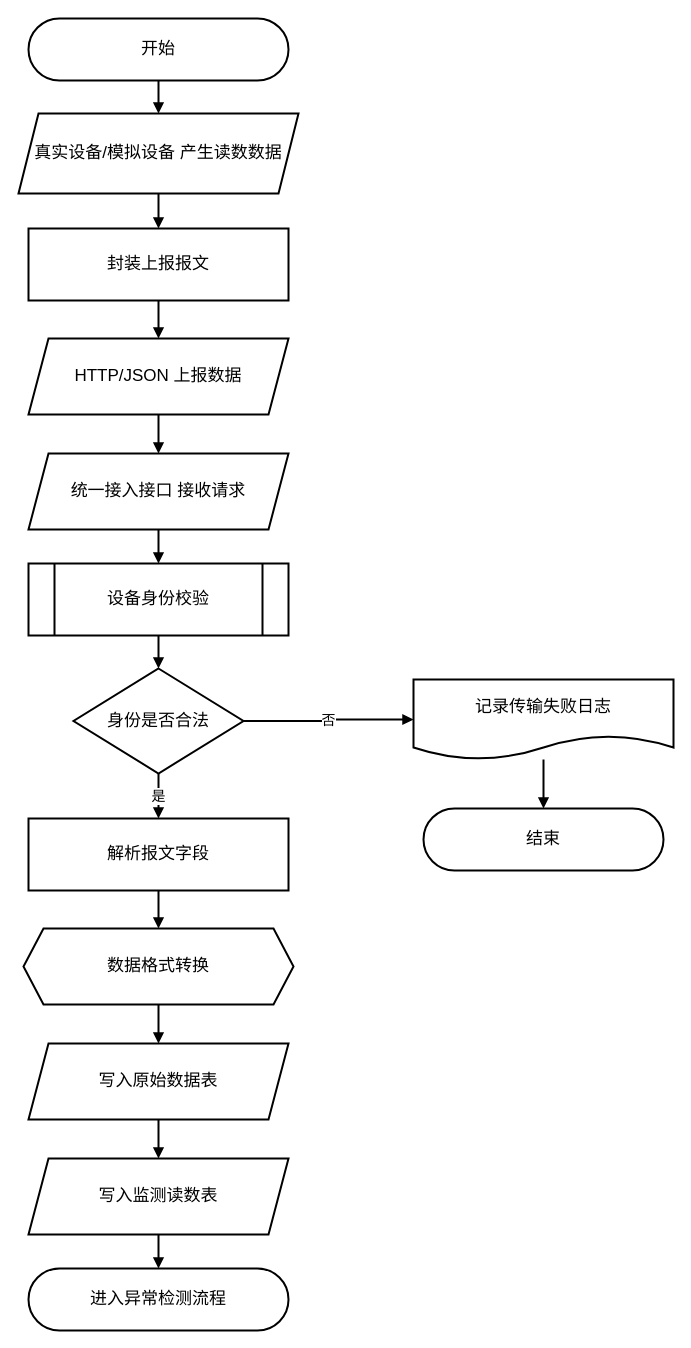
Above: pictures_drawio/数据传输层流程图.drawio in solisW/my_thesis_system (draw.io), before the change. Source tidied: cells renumbered, new cells numbered last; positions are measured from the earlier drawing's top-left corner, leaving out a move shared by most shapes. Both pictures are drawn from the tidied source at 100%, with x=0, y=0 at pixel (18, 18).
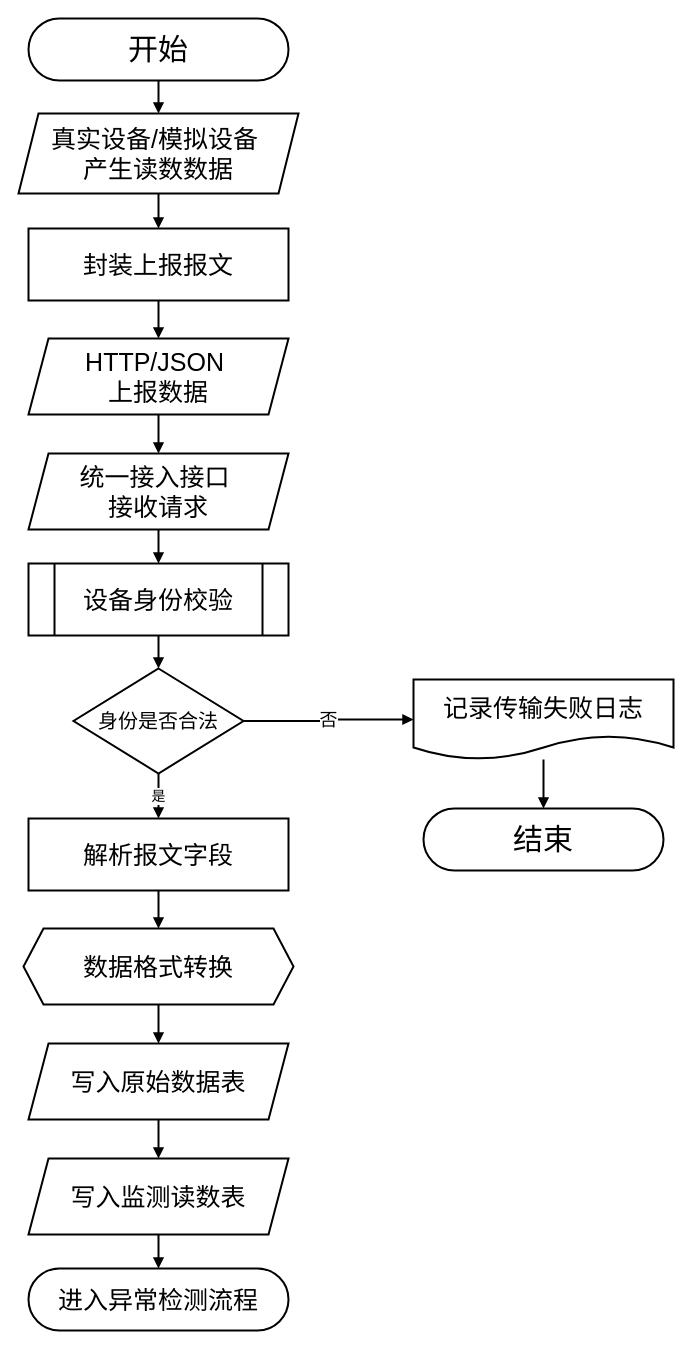
The same page after the edit.

Change to the diagram source:
```diff
@@
-    <mxCell id="2" value="开始" style="rounded=1;arcSize=50;whiteSpace=wrap;html=1;fillColor=#ffffff;strokeColor=#000000;strokeWidth=2;fontSize=17;" parent="1" vertex="1">
+    <mxCell id="2" value="&lt;font style=&quot;font-size: 30px;&quot;&gt;开始&lt;/font&gt;" style="rounded=1;arcSize=50;whiteSpace=wrap;html=1;fillColor=#ffffff;strokeColor=#000000;strokeWidth=2;fontSize=17;" parent="1" vertex="1">
       <mxGeometry x="10" width="260" height="62" as="geometry" />
     </mxCell>
-    <mxCell id="3" value="真实设备/模拟设备 产生读数数据" style="shape=parallelogram;perimeter=parallelogramPerimeter;whiteSpace=wrap;html=1;fixedSize=1;fillColor=#ffffff;strokeColor=#000000;strokeWidth=2;fontSize=17;" parent="1" vertex="1">
+    <mxCell id="3" value="&lt;font style=&quot;font-size: 25px;&quot;&gt;真实设备/模拟设备&amp;nbsp;&lt;/font&gt;&lt;div&gt;&lt;font style=&quot;font-size: 25px;&quot;&gt;产生读数数据&lt;/font&gt;&lt;/div&gt;" style="shape=parallelogram;perimeter=parallelogramPerimeter;whiteSpace=wrap;html=1;fixedSize=1;fillColor=#ffffff;strokeColor=#000000;strokeWidth=2;fontSize=17;" parent="1" vertex="1">
       <mxGeometry y="95" width="280" height="80" as="geometry" />
     </mxCell>
-    <mxCell id="4" value="封装上报报文" style="rounded=0;whiteSpace=wrap;html=1;fillColor=#ffffff;strokeColor=#000000;strokeWidth=2;fontSize=17;" parent="1" vertex="1">
+    <mxCell id="4" value="&lt;font style=&quot;font-size: 25px;&quot;&gt;封装上报报文&lt;/font&gt;" style="rounded=0;whiteSpace=wrap;html=1;fillColor=#ffffff;strokeColor=#000000;strokeWidth=2;fontSize=17;" parent="1" vertex="1">
       <mxGeometry x="10" y="210" width="260" height="72" as="geometry" />
     </mxCell>
-    <mxCell id="5" value="HTTP/JSON 上报数据" style="shape=parallelogram;perimeter=parallelogramPerimeter;whiteSpace=wrap;html=1;fixedSize=1;fillColor=#ffffff;strokeColor=#000000;strokeWidth=2;fontSize=17;" parent="1" vertex="1">
+    <mxCell id="5" value="&lt;font style=&quot;font-size: 25px;&quot;&gt;HTTP/JSON&amp;nbsp;&lt;/font&gt;&lt;div&gt;&lt;font style=&quot;font-size: 25px;&quot;&gt;上报数据&lt;/font&gt;&lt;/div&gt;" style="shape=parallelogram;perimeter=parallelogramPerimeter;whiteSpace=wrap;html=1;fixedSize=1;fillColor=#ffffff;strokeColor=#000000;strokeWidth=2;fontSize=17;" parent="1" vertex="1">
       <mxGeometry x="10" y="320" width="260" height="76" as="geometry" />
     </mxCell>
-    <mxCell id="6" value="统一接入接口 接收请求" style="shape=parallelogram;perimeter=parallelogramPerimeter;whiteSpace=wrap;html=1;fixedSize=1;fillColor=#ffffff;strokeColor=#000000;strokeWidth=2;fontSize=17;" parent="1" vertex="1">
+    <mxCell id="6" value="&lt;font style=&quot;font-size: 25px;&quot;&gt;统一接入接口&amp;nbsp;&lt;/font&gt;&lt;div&gt;&lt;font style=&quot;font-size: 25px;&quot;&gt;接收请求&lt;/font&gt;&lt;/div&gt;" style="shape=parallelogram;perimeter=parallelogramPerimeter;whiteSpace=wrap;html=1;fixedSize=1;fillColor=#ffffff;strokeColor=#000000;strokeWidth=2;fontSize=17;" parent="1" vertex="1">
       <mxGeometry x="10" y="435" width="260" height="76" as="geometry" />
     </mxCell>
-    <mxCell id="7" value="设备身份校验" style="shape=process;whiteSpace=wrap;html=1;backgroundOutline=1;fillColor=#ffffff;strokeColor=#000000;strokeWidth=2;fontSize=17;" parent="1" vertex="1">
+    <mxCell id="7" value="&lt;font style=&quot;font-size: 25px;&quot;&gt;设备身份校验&lt;/font&gt;" style="shape=process;whiteSpace=wrap;html=1;backgroundOutline=1;fillColor=#ffffff;strokeColor=#000000;strokeWidth=2;fontSize=17;" parent="1" vertex="1">
       <mxGeometry x="10" y="545" width="260" height="72" as="geometry" />
     </mxCell>
-    <mxCell id="8" value="身份是否合法" style="rhombus;whiteSpace=wrap;html=1;fillColor=#ffffff;strokeColor=#000000;strokeWidth=2;fontSize=17;" parent="1" vertex="1">
+    <mxCell id="8" value="&lt;font style=&quot;font-size: 20px;&quot;&gt;身份是否合法&lt;/font&gt;" style="rhombus;whiteSpace=wrap;html=1;fillColor=#ffffff;strokeColor=#000000;strokeWidth=2;fontSize=17;" parent="1" vertex="1">
       <mxGeometry x="55" y="650" width="170" height="105" as="geometry" />
     </mxCell>
-    <mxCell id="9" value="记录传输失败日志" style="shape=document;whiteSpace=wrap;html=1;boundedLbl=1;fillColor=#ffffff;strokeColor=#000000;strokeWidth=2;fontSize=17;" parent="1" vertex="1">
+    <mxCell id="9" value="&lt;font style=&quot;font-size: 25px;&quot;&gt;记录传输失败日志&lt;/font&gt;" style="shape=document;whiteSpace=wrap;html=1;boundedLbl=1;fillColor=#ffffff;strokeColor=#000000;strokeWidth=2;fontSize=17;" parent="1" vertex="1">
       <mxGeometry x="395" y="661" width="260" height="80" as="geometry" />
     </mxCell>
-    <mxCell id="10" value="结束" style="rounded=1;arcSize=50;whiteSpace=wrap;html=1;fillColor=#ffffff;strokeColor=#000000;strokeWidth=2;fontSize=17;" parent="1" vertex="1">
+    <mxCell id="10" value="&lt;font style=&quot;font-size: 30px;&quot;&gt;结束&lt;/font&gt;" style="rounded=1;arcSize=50;whiteSpace=wrap;html=1;fillColor=#ffffff;strokeColor=#000000;strokeWidth=2;fontSize=17;" parent="1" vertex="1">
       <mxGeometry x="405" y="790" width="240" height="62" as="geometry" />
     </mxCell>
-    <mxCell id="11" value="解析报文字段" style="rounded=0;whiteSpace=wrap;html=1;fillColor=#ffffff;strokeColor=#000000;strokeWidth=2;fontSize=17;" parent="1" vertex="1">
+    <mxCell id="11" value="&lt;font style=&quot;font-size: 25px;&quot;&gt;解析报文字段&lt;/font&gt;" style="rounded=0;whiteSpace=wrap;html=1;fillColor=#ffffff;strokeColor=#000000;strokeWidth=2;fontSize=17;" parent="1" vertex="1">
       <mxGeometry x="10" y="800" width="260" height="72" as="geometry" />
     </mxCell>
-    <mxCell id="12" value="数据格式转换" style="shape=hexagon;perimeter=hexagonPerimeter2;whiteSpace=wrap;html=1;fixedSize=1;fillColor=#ffffff;strokeColor=#000000;strokeWidth=2;fontSize=17;" parent="1" vertex="1">
+    <mxCell id="12" value="&lt;font style=&quot;font-size: 25px;&quot;&gt;数据格式转换&lt;/font&gt;" style="shape=hexagon;perimeter=hexagonPerimeter2;whiteSpace=wrap;html=1;fixedSize=1;fillColor=#ffffff;strokeColor=#000000;strokeWidth=2;fontSize=17;" parent="1" vertex="1">
       <mxGeometry x="5" y="910" width="270" height="76" as="geometry" />
     </mxCell>
-    <mxCell id="13" value="写入原始数据表" style="shape=parallelogram;perimeter=parallelogramPerimeter;whiteSpace=wrap;html=1;fixedSize=1;fillColor=#ffffff;strokeColor=#000000;strokeWidth=2;fontSize=17;" parent="1" vertex="1">
+    <mxCell id="13" value="&lt;font style=&quot;font-size: 25px;&quot;&gt;写入原始数据表&lt;/font&gt;" style="shape=parallelogram;perimeter=parallelogramPerimeter;whiteSpace=wrap;html=1;fixedSize=1;fillColor=#ffffff;strokeColor=#000000;strokeWidth=2;fontSize=17;" parent="1" vertex="1">
       <mxGeometry x="10" y="1025" width="260" height="76" as="geometry" />
     </mxCell>
-    <mxCell id="14" value="写入监测读数表" style="shape=parallelogram;perimeter=parallelogramPerimeter;whiteSpace=wrap;html=1;fixedSize=1;fillColor=#ffffff;strokeColor=#000000;strokeWidth=2;fontSize=17;" parent="1" vertex="1">
+    <mxCell id="14" value="&lt;font style=&quot;font-size: 25px;&quot;&gt;写入监测读数表&lt;/font&gt;" style="shape=parallelogram;perimeter=parallelogramPerimeter;whiteSpace=wrap;html=1;fixedSize=1;fillColor=#ffffff;strokeColor=#000000;strokeWidth=2;fontSize=17;" parent="1" vertex="1">
       <mxGeometry x="10" y="1140" width="260" height="76" as="geometry" />
     </mxCell>
-    <mxCell id="15" value="进入异常检测流程" style="rounded=1;arcSize=50;whiteSpace=wrap;html=1;fillColor=#ffffff;strokeColor=#000000;strokeWidth=2;fontSize=17;" parent="1" vertex="1">
+    <mxCell id="15" value="&lt;font style=&quot;font-size: 25px;&quot;&gt;进入异常检测流程&lt;/font&gt;" style="rounded=1;arcSize=50;whiteSpace=wrap;html=1;fillColor=#ffffff;strokeColor=#000000;strokeWidth=2;fontSize=17;" parent="1" vertex="1">
       <mxGeometry x="10" y="1250" width="260" height="62" as="geometry" />
     </mxCell>
@@
-    <mxCell id="22" value="否" style="endArrow=block;html=1;rounded=0;edgeStyle=orthogonalEdgeStyle;strokeWidth=2;fontSize=14;" parent="1" edge="1" source="8" target="9">
+    <mxCell id="22" value="&lt;font style=&quot;font-size: 18px;&quot;&gt;否&lt;/font&gt;" style="endArrow=block;html=1;rounded=0;edgeStyle=orthogonalEdgeStyle;strokeWidth=2;fontSize=14;" parent="1" edge="1" source="8" target="9">
       <mxGeometry relative="1" as="geometry" />
     </mxCell>
```
